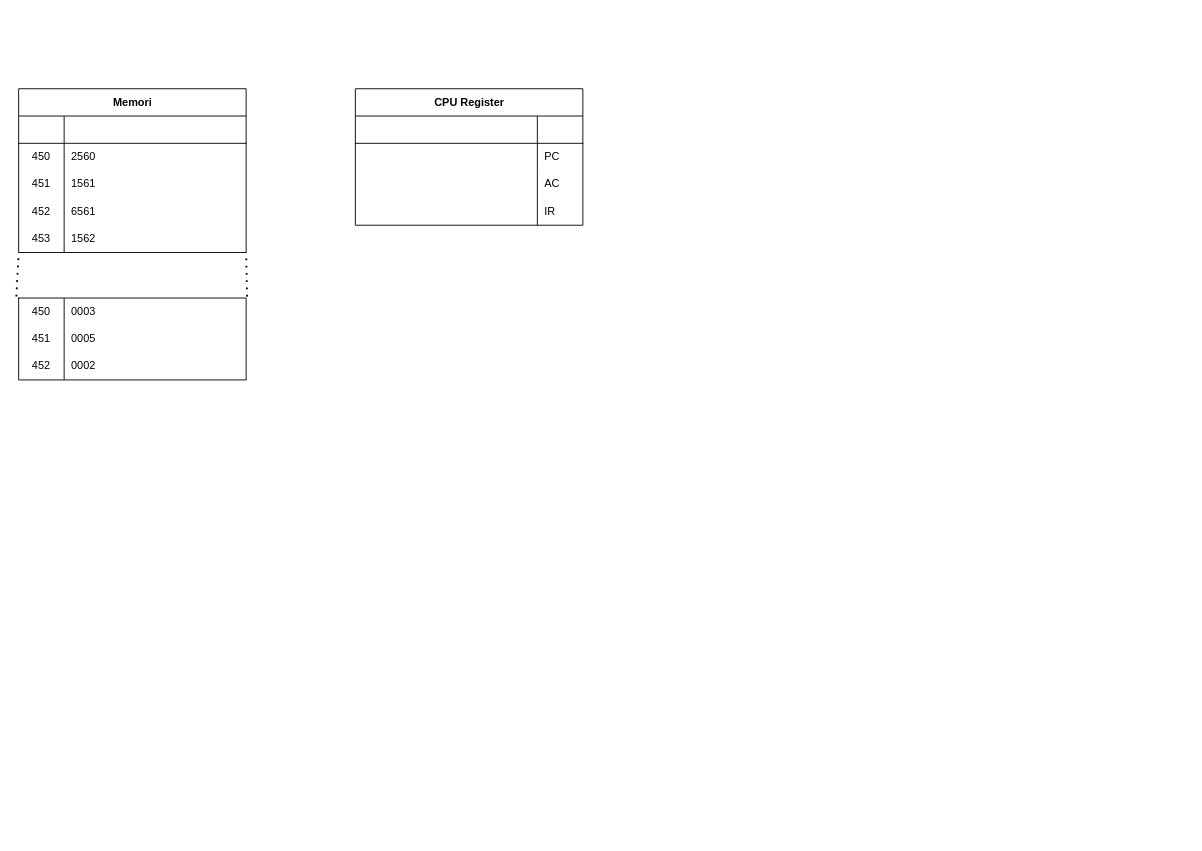
This is CPU.drawio from ImNotDanish05/Tester, a draw.io file, before an edit. Source tidied: cells renumbered, new cells numbered last; positions are measured from the earlier drawing's top-left corner, leaving out a move shared by most shapes. Both pictures are drawn from the tidied source at 91%, with x=0, y=0 at pixel (18, 88).
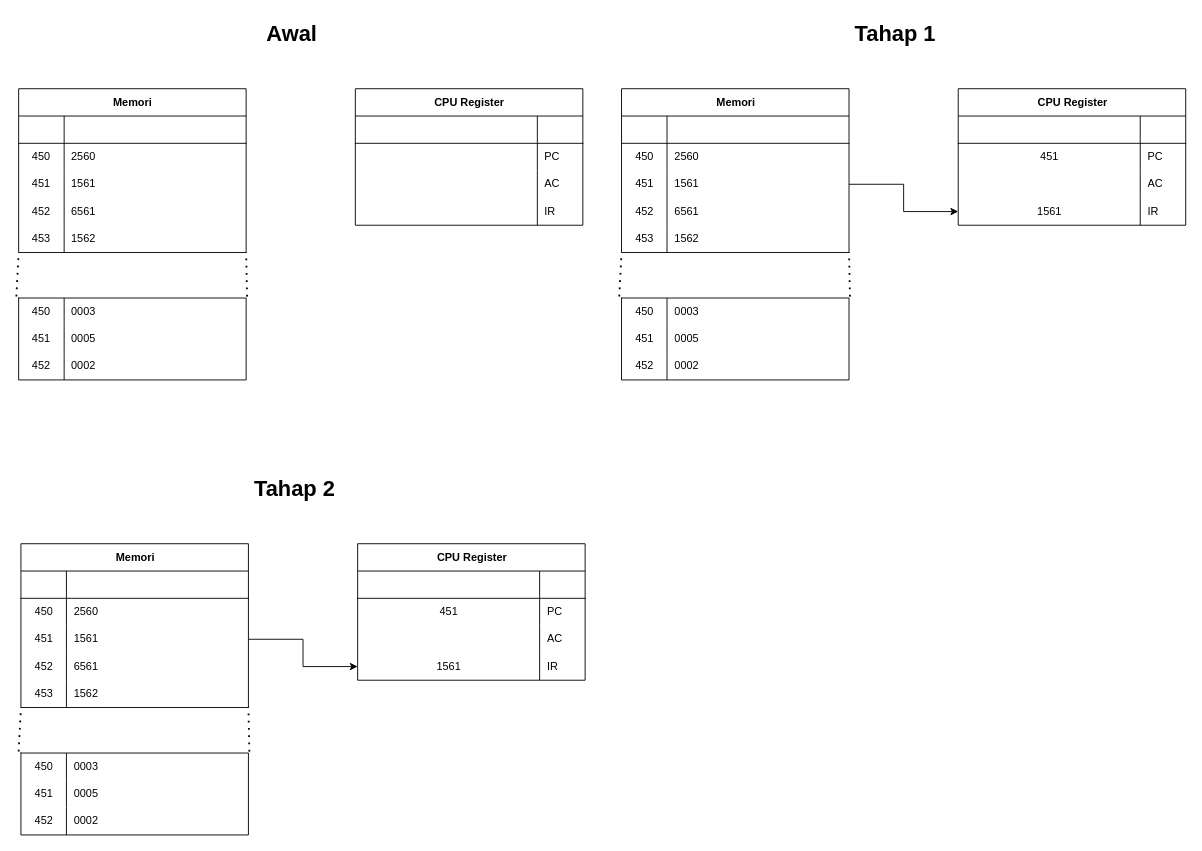
After the change.

The edit, as a diff of the source:
```diff
@@
+    <mxCell id="43" value="Awal" style="text;strokeColor=none;fillColor=none;html=1;fontSize=24;fontStyle=1;verticalAlign=middle;align=center;" parent="1" vertex="1">
+      <mxGeometry x="250" y="-80" width="100" height="40" as="geometry" />
+    </mxCell>
+    <mxCell id="44" value="Memori" style="shape=table;startSize=30;childLayout=tableLayout;rowLines=0;fontStyle=1;align=center;html=1;" parent="1" vertex="1">
+      <mxGeometry x="662.5" width="250" height="180" as="geometry" />
+    </mxCell>
+    <mxCell id="45" style="shape=tableRow;horizontal=0;startSize=0;swimlaneHead=0;swimlaneBody=0;fillColor=none;top=0;left=0;right=0;bottom=1;" parent="44" vertex="1">
+      <mxGeometry y="30" width="250" height="30" as="geometry" />
+    </mxCell>
+    <mxCell id="46" style="shape=partialRectangle;fillColor=none;top=0;left=0;bottom=0;right=0;fontStyle=1;overflow=hidden;whiteSpace=wrap;html=1;" parent="45" vertex="1">
+      <mxGeometry width="50" height="30" as="geometry" />
+    </mxCell>
+    <mxCell id="47" style="shape=partialRectangle;fillColor=none;top=0;left=0;bottom=0;right=0;align=left;spacingLeft=6;fontStyle=5;overflow=hidden;whiteSpace=wrap;html=1;" parent="45" vertex="1">
+      <mxGeometry x="50" width="200" height="30" as="geometry" />
+    </mxCell>
+    <mxCell id="48" style="shape=tableRow;horizontal=0;startSize=0;swimlaneHead=0;swimlaneBody=0;fillColor=none;top=0;left=0;right=0;bottom=0;" parent="44" vertex="1">
+      <mxGeometry y="60" width="250" height="30" as="geometry" />
+    </mxCell>
+    <mxCell id="49" value="450" style="shape=partialRectangle;fillColor=none;top=0;left=0;bottom=0;right=0;overflow=hidden;whiteSpace=wrap;html=1;" parent="48" vertex="1">
+      <mxGeometry width="50" height="30" as="geometry" />
+    </mxCell>
+    <mxCell id="50" value="2560" style="shape=partialRectangle;fillColor=none;top=0;left=0;bottom=0;right=0;align=left;spacingLeft=6;overflow=hidden;whiteSpace=wrap;html=1;" parent="48" vertex="1">
+      <mxGeometry x="50" width="200" height="30" as="geometry" />
+    </mxCell>
+    <mxCell id="51" style="shape=tableRow;horizontal=0;startSize=0;swimlaneHead=0;swimlaneBody=0;fillColor=none;points=[[0,0.5],[1,0.5]];portConstraint=eastwest;top=0;left=0;right=0;bottom=0;" parent="44" vertex="1">
+      <mxGeometry y="90" width="250" height="30" as="geometry" />
+    </mxCell>
+    <mxCell id="52" value="451" style="shape=partialRectangle;fillColor=none;top=0;left=0;bottom=0;right=0;overflow=hidden;whiteSpace=wrap;html=1;" parent="51" vertex="1">
+      <mxGeometry width="50" height="30" as="geometry" />
+    </mxCell>
+    <mxCell id="53" value="1561" style="shape=partialRectangle;fillColor=none;top=0;left=0;bottom=0;right=0;align=left;spacingLeft=6;overflow=hidden;whiteSpace=wrap;html=1;" parent="51" vertex="1">
+      <mxGeometry x="50" width="200" height="30" as="geometry" />
+    </mxCell>
+    <mxCell id="54" style="shape=tableRow;horizontal=0;startSize=0;swimlaneHead=0;swimlaneBody=0;fillColor=none;top=0;left=0;right=0;bottom=0;" parent="44" vertex="1">
+      <mxGeometry y="120" width="250" height="30" as="geometry" />
+    </mxCell>
+    <mxCell id="55" value="452" style="shape=partialRectangle;fillColor=none;top=0;left=0;bottom=0;right=0;overflow=hidden;whiteSpace=wrap;html=1;" parent="54" vertex="1">
+      <mxGeometry width="50" height="30" as="geometry" />
+    </mxCell>
+    <mxCell id="56" value="6561" style="shape=partialRectangle;fillColor=none;top=0;left=0;bottom=0;right=0;align=left;spacingLeft=6;overflow=hidden;whiteSpace=wrap;html=1;" parent="54" vertex="1">
+      <mxGeometry x="50" width="200" height="30" as="geometry" />
+    </mxCell>
+    <mxCell id="57" style="shape=tableRow;horizontal=0;startSize=0;swimlaneHead=0;swimlaneBody=0;fillColor=none;points=[[0,0.5],[1,0.5]];portConstraint=eastwest;top=0;left=0;right=0;bottom=0;" parent="44" vertex="1">
+      <mxGeometry y="150" width="250" height="30" as="geometry" />
+    </mxCell>
+    <mxCell id="58" value="453" style="shape=partialRectangle;fillColor=none;top=0;left=0;bottom=0;right=0;overflow=hidden;whiteSpace=wrap;html=1;" parent="57" vertex="1">
+      <mxGeometry width="50" height="30" as="geometry" />
+    </mxCell>
+    <mxCell id="59" value="1562" style="shape=partialRectangle;fillColor=none;top=0;left=0;bottom=0;right=0;align=left;spacingLeft=6;overflow=hidden;whiteSpace=wrap;html=1;" parent="57" vertex="1">
+      <mxGeometry x="50" width="200" height="30" as="geometry" />
+    </mxCell>
+    <mxCell id="60" value="CPU Register" style="shape=table;startSize=30;childLayout=tableLayout;rowLines=0;fontStyle=1;align=center;html=1;" parent="1" vertex="1">
+      <mxGeometry x="1032.5" width="250" height="150" as="geometry" />
+    </mxCell>
+    <mxCell id="61" style="shape=tableRow;horizontal=0;startSize=0;swimlaneHead=0;swimlaneBody=0;fillColor=none;top=0;left=0;right=0;bottom=1;" parent="60" vertex="1">
+      <mxGeometry y="30" width="250" height="30" as="geometry" />
+    </mxCell>
+    <mxCell id="62" style="shape=partialRectangle;fillColor=none;top=0;left=0;bottom=0;right=0;fontStyle=1;overflow=hidden;whiteSpace=wrap;html=1;" parent="61" vertex="1">
+      <mxGeometry width="200" height="30" as="geometry" />
+    </mxCell>
+    <mxCell id="63" style="shape=partialRectangle;fillColor=none;top=0;left=0;bottom=0;right=0;align=left;spacingLeft=6;fontStyle=5;overflow=hidden;whiteSpace=wrap;html=1;" parent="61" vertex="1">
+      <mxGeometry x="200" width="50" height="30" as="geometry" />
+    </mxCell>
+    <mxCell id="64" style="shape=tableRow;horizontal=0;startSize=0;swimlaneHead=0;swimlaneBody=0;fillColor=none;top=0;left=0;right=0;bottom=0;" parent="60" vertex="1">
+      <mxGeometry y="60" width="250" height="30" as="geometry" />
+    </mxCell>
+    <mxCell id="65" value="451" style="shape=partialRectangle;fillColor=none;top=0;left=0;bottom=0;right=0;overflow=hidden;whiteSpace=wrap;html=1;" parent="64" vertex="1">
+      <mxGeometry width="200" height="30" as="geometry" />
+    </mxCell>
+    <mxCell id="66" value="PC" style="shape=partialRectangle;fillColor=none;top=0;left=0;bottom=0;right=0;align=left;spacingLeft=6;overflow=hidden;whiteSpace=wrap;html=1;" parent="64" vertex="1">
+      <mxGeometry x="200" width="50" height="30" as="geometry" />
+    </mxCell>
+    <mxCell id="67" style="shape=tableRow;horizontal=0;startSize=0;swimlaneHead=0;swimlaneBody=0;fillColor=none;top=0;left=0;right=0;bottom=0;" parent="60" vertex="1">
+      <mxGeometry y="90" width="250" height="30" as="geometry" />
+    </mxCell>
+    <mxCell id="68" style="shape=partialRectangle;fillColor=none;top=0;left=0;bottom=0;right=0;overflow=hidden;whiteSpace=wrap;html=1;" parent="67" vertex="1">
+      <mxGeometry width="200" height="30" as="geometry" />
+    </mxCell>
+    <mxCell id="69" value="AC" style="shape=partialRectangle;fillColor=none;top=0;left=0;bottom=0;right=0;align=left;spacingLeft=6;overflow=hidden;whiteSpace=wrap;html=1;" parent="67" vertex="1">
+      <mxGeometry x="200" width="50" height="30" as="geometry" />
+    </mxCell>
+    <mxCell id="70" style="shape=tableRow;horizontal=0;startSize=0;swimlaneHead=0;swimlaneBody=0;fillColor=none;points=[[0,0.5],[1,0.5]];portConstraint=eastwest;top=0;left=0;right=0;bottom=0;" parent="60" vertex="1">
+      <mxGeometry y="120" width="250" height="30" as="geometry" />
+    </mxCell>
+    <mxCell id="71" value="1561" style="shape=partialRectangle;fillColor=none;top=0;left=0;bottom=0;right=0;overflow=hidden;whiteSpace=wrap;html=1;" parent="70" vertex="1">
+      <mxGeometry width="200" height="30" as="geometry" />
+    </mxCell>
+    <mxCell id="72" value="IR" style="shape=partialRectangle;fillColor=none;top=0;left=0;bottom=0;right=0;align=left;spacingLeft=6;overflow=hidden;whiteSpace=wrap;html=1;" parent="70" vertex="1">
+      <mxGeometry x="200" width="50" height="30" as="geometry" />
+    </mxCell>
+    <mxCell id="73" style="shape=table;startSize=0;childLayout=tableLayout;rowLines=0;fontStyle=1;align=center;html=1;" parent="1" vertex="1">
+      <mxGeometry x="662.5" y="230" width="250" height="90" as="geometry" />
+    </mxCell>
+    <mxCell id="74" style="shape=tableRow;horizontal=0;startSize=0;swimlaneHead=0;swimlaneBody=0;fillColor=none;points=[[0,0.5],[1,0.5]];portConstraint=eastwest;top=0;left=0;right=0;bottom=0;" parent="73" vertex="1">
+      <mxGeometry width="250" height="30" as="geometry" />
+    </mxCell>
+    <mxCell id="75" value="450" style="shape=partialRectangle;fillColor=none;top=0;left=0;bottom=0;right=0;overflow=hidden;whiteSpace=wrap;html=1;" parent="74" vertex="1">
+      <mxGeometry width="50" height="30" as="geometry" />
+    </mxCell>
+    <mxCell id="76" value="0003" style="shape=partialRectangle;fillColor=none;top=0;left=0;bottom=0;right=0;align=left;spacingLeft=6;overflow=hidden;whiteSpace=wrap;html=1;" parent="74" vertex="1">
+      <mxGeometry x="50" width="200" height="30" as="geometry" />
+    </mxCell>
+    <mxCell id="77" style="shape=tableRow;horizontal=0;startSize=0;swimlaneHead=0;swimlaneBody=0;fillColor=none;top=0;left=0;right=0;bottom=0;" parent="73" vertex="1">
+      <mxGeometry y="30" width="250" height="30" as="geometry" />
+    </mxCell>
+    <mxCell id="78" value="451" style="shape=partialRectangle;fillColor=none;top=0;left=0;bottom=0;right=0;overflow=hidden;whiteSpace=wrap;html=1;" parent="77" vertex="1">
+      <mxGeometry width="50" height="30" as="geometry" />
+    </mxCell>
+    <mxCell id="79" value="0005" style="shape=partialRectangle;fillColor=none;top=0;left=0;bottom=0;right=0;align=left;spacingLeft=6;overflow=hidden;whiteSpace=wrap;html=1;" parent="77" vertex="1">
+      <mxGeometry x="50" width="200" height="30" as="geometry" />
+    </mxCell>
+    <mxCell id="80" style="shape=tableRow;horizontal=0;startSize=0;swimlaneHead=0;swimlaneBody=0;fillColor=none;top=0;left=0;right=0;bottom=0;" parent="73" vertex="1">
+      <mxGeometry y="60" width="250" height="30" as="geometry" />
+    </mxCell>
+    <mxCell id="81" value="452" style="shape=partialRectangle;fillColor=none;top=0;left=0;bottom=0;right=0;overflow=hidden;whiteSpace=wrap;html=1;" parent="80" vertex="1">
+      <mxGeometry width="50" height="30" as="geometry" />
+    </mxCell>
+    <mxCell id="82" value="0002" style="shape=partialRectangle;fillColor=none;top=0;left=0;bottom=0;right=0;align=left;spacingLeft=6;overflow=hidden;whiteSpace=wrap;html=1;" parent="80" vertex="1">
+      <mxGeometry x="50" width="200" height="30" as="geometry" />
+    </mxCell>
+    <mxCell id="83" style="endArrow=none;dashed=1;html=1;dashPattern=1 3;strokeWidth=2;rounded=0;exitX=1.004;exitY=-0.051;exitDx=0;exitDy=0;exitPerimeter=0;" parent="1" edge="1" source="74">
+      <mxGeometry relative="1" as="geometry">
+        <mxPoint x="912.5" y="180" as="targetPoint" />
+      </mxGeometry>
+    </mxCell>
+    <mxCell id="84" style="endArrow=none;dashed=1;html=1;dashPattern=1 3;strokeWidth=2;rounded=0;entryX=0;entryY=1;entryDx=0;entryDy=0;entryPerimeter=0;exitX=-0.01;exitY=-0.057;exitDx=0;exitDy=0;exitPerimeter=0;" parent="1" edge="1" source="74" target="57">
+      <mxGeometry relative="1" as="geometry" />
+    </mxCell>
+    <mxCell id="85" value="Tahap 1" style="text;strokeColor=none;fillColor=none;html=1;fontSize=24;fontStyle=1;verticalAlign=middle;align=center;" parent="1" vertex="1">
+      <mxGeometry x="912.5" y="-80" width="100" height="40" as="geometry" />
+    </mxCell>
+    <mxCell id="86" style="edgeStyle=orthogonalEdgeStyle;rounded=0;jettySize=auto;html=1;entryX=0;entryY=0.5;entryDx=0;entryDy=0;" parent="1" edge="1" source="51" target="70">
+      <mxGeometry relative="1" as="geometry" />
+    </mxCell>
+    <mxCell id="87" value="Memori" style="shape=table;startSize=30;childLayout=tableLayout;rowLines=0;fontStyle=1;align=center;html=1;" parent="1" vertex="1">
+      <mxGeometry x="2.5" y="500" width="250" height="180" as="geometry" />
+    </mxCell>
+    <mxCell id="88" style="shape=tableRow;horizontal=0;startSize=0;swimlaneHead=0;swimlaneBody=0;fillColor=none;top=0;left=0;right=0;bottom=1;" parent="87" vertex="1">
+      <mxGeometry y="30" width="250" height="30" as="geometry" />
+    </mxCell>
+    <mxCell id="89" style="shape=partialRectangle;fillColor=none;top=0;left=0;bottom=0;right=0;fontStyle=1;overflow=hidden;whiteSpace=wrap;html=1;" parent="88" vertex="1">
+      <mxGeometry width="50" height="30" as="geometry" />
+    </mxCell>
+    <mxCell id="90" style="shape=partialRectangle;fillColor=none;top=0;left=0;bottom=0;right=0;align=left;spacingLeft=6;fontStyle=5;overflow=hidden;whiteSpace=wrap;html=1;" parent="88" vertex="1">
+      <mxGeometry x="50" width="200" height="30" as="geometry" />
+    </mxCell>
+    <mxCell id="91" style="shape=tableRow;horizontal=0;startSize=0;swimlaneHead=0;swimlaneBody=0;fillColor=none;top=0;left=0;right=0;bottom=0;" parent="87" vertex="1">
+      <mxGeometry y="60" width="250" height="30" as="geometry" />
+    </mxCell>
+    <mxCell id="92" value="450" style="shape=partialRectangle;fillColor=none;top=0;left=0;bottom=0;right=0;overflow=hidden;whiteSpace=wrap;html=1;" parent="91" vertex="1">
+      <mxGeometry width="50" height="30" as="geometry" />
+    </mxCell>
+    <mxCell id="93" value="2560" style="shape=partialRectangle;fillColor=none;top=0;left=0;bottom=0;right=0;align=left;spacingLeft=6;overflow=hidden;whiteSpace=wrap;html=1;" parent="91" vertex="1">
+      <mxGeometry x="50" width="200" height="30" as="geometry" />
+    </mxCell>
+    <mxCell id="94" style="shape=tableRow;horizontal=0;startSize=0;swimlaneHead=0;swimlaneBody=0;fillColor=none;points=[[0,0.5],[1,0.5]];portConstraint=eastwest;top=0;left=0;right=0;bottom=0;" parent="87" vertex="1">
+      <mxGeometry y="90" width="250" height="30" as="geometry" />
+    </mxCell>
+    <mxCell id="95" value="451" style="shape=partialRectangle;fillColor=none;top=0;left=0;bottom=0;right=0;overflow=hidden;whiteSpace=wrap;html=1;" parent="94" vertex="1">
+      <mxGeometry width="50" height="30" as="geometry" />
+    </mxCell>
+    <mxCell id="96" value="1561" style="shape=partialRectangle;fillColor=none;top=0;left=0;bottom=0;right=0;align=left;spacingLeft=6;overflow=hidden;whiteSpace=wrap;html=1;" parent="94" vertex="1">
+      <mxGeometry x="50" width="200" height="30" as="geometry" />
+    </mxCell>
+    <mxCell id="97" style="shape=tableRow;horizontal=0;startSize=0;swimlaneHead=0;swimlaneBody=0;fillColor=none;top=0;left=0;right=0;bottom=0;" parent="87" vertex="1">
+      <mxGeometry y="120" width="250" height="30" as="geometry" />
+    </mxCell>
+    <mxCell id="98" value="452" style="shape=partialRectangle;fillColor=none;top=0;left=0;bottom=0;right=0;overflow=hidden;whiteSpace=wrap;html=1;" parent="97" vertex="1">
+      <mxGeometry width="50" height="30" as="geometry" />
+    </mxCell>
+    <mxCell id="99" value="6561" style="shape=partialRectangle;fillColor=none;top=0;left=0;bottom=0;right=0;align=left;spacingLeft=6;overflow=hidden;whiteSpace=wrap;html=1;" parent="97" vertex="1">
+      <mxGeometry x="50" width="200" height="30" as="geometry" />
+    </mxCell>
+    <mxCell id="100" style="shape=tableRow;horizontal=0;startSize=0;swimlaneHead=0;swimlaneBody=0;fillColor=none;points=[[0,0.5],[1,0.5]];portConstraint=eastwest;top=0;left=0;right=0;bottom=0;" parent="87" vertex="1">
+      <mxGeometry y="150" width="250" height="30" as="geometry" />
+    </mxCell>
+    <mxCell id="101" value="453" style="shape=partialRectangle;fillColor=none;top=0;left=0;bottom=0;right=0;overflow=hidden;whiteSpace=wrap;html=1;" parent="100" vertex="1">
+      <mxGeometry width="50" height="30" as="geometry" />
+    </mxCell>
+    <mxCell id="102" value="1562" style="shape=partialRectangle;fillColor=none;top=0;left=0;bottom=0;right=0;align=left;spacingLeft=6;overflow=hidden;whiteSpace=wrap;html=1;" parent="100" vertex="1">
+      <mxGeometry x="50" width="200" height="30" as="geometry" />
+    </mxCell>
+    <mxCell id="103" value="CPU Register" style="shape=table;startSize=30;childLayout=tableLayout;rowLines=0;fontStyle=1;align=center;html=1;" parent="1" vertex="1">
+      <mxGeometry x="372.5" y="500" width="250" height="150" as="geometry" />
+    </mxCell>
+    <mxCell id="104" style="shape=tableRow;horizontal=0;startSize=0;swimlaneHead=0;swimlaneBody=0;fillColor=none;top=0;left=0;right=0;bottom=1;" parent="103" vertex="1">
+      <mxGeometry y="30" width="250" height="30" as="geometry" />
+    </mxCell>
+    <mxCell id="105" style="shape=partialRectangle;fillColor=none;top=0;left=0;bottom=0;right=0;fontStyle=1;overflow=hidden;whiteSpace=wrap;html=1;" parent="104" vertex="1">
+      <mxGeometry width="200" height="30" as="geometry" />
+    </mxCell>
+    <mxCell id="106" style="shape=partialRectangle;fillColor=none;top=0;left=0;bottom=0;right=0;align=left;spacingLeft=6;fontStyle=5;overflow=hidden;whiteSpace=wrap;html=1;" parent="104" vertex="1">
+      <mxGeometry x="200" width="50" height="30" as="geometry" />
+    </mxCell>
+    <mxCell id="107" style="shape=tableRow;horizontal=0;startSize=0;swimlaneHead=0;swimlaneBody=0;fillColor=none;top=0;left=0;right=0;bottom=0;" parent="103" vertex="1">
+      <mxGeometry y="60" width="250" height="30" as="geometry" />
+    </mxCell>
+    <mxCell id="108" value="451" style="shape=partialRectangle;fillColor=none;top=0;left=0;bottom=0;right=0;overflow=hidden;whiteSpace=wrap;html=1;" parent="107" vertex="1">
+      <mxGeometry width="200" height="30" as="geometry" />
+    </mxCell>
+    <mxCell id="109" value="PC" style="shape=partialRectangle;fillColor=none;top=0;left=0;bottom=0;right=0;align=left;spacingLeft=6;overflow=hidden;whiteSpace=wrap;html=1;" parent="107" vertex="1">
+      <mxGeometry x="200" width="50" height="30" as="geometry" />
+    </mxCell>
+    <mxCell id="110" style="shape=tableRow;horizontal=0;startSize=0;swimlaneHead=0;swimlaneBody=0;fillColor=none;top=0;left=0;right=0;bottom=0;" parent="103" vertex="1">
+      <mxGeometry y="90" width="250" height="30" as="geometry" />
+    </mxCell>
+    <mxCell id="111" style="shape=partialRectangle;fillColor=none;top=0;left=0;bottom=0;right=0;overflow=hidden;whiteSpace=wrap;html=1;" parent="110" vertex="1">
+      <mxGeometry width="200" height="30" as="geometry" />
+    </mxCell>
+    <mxCell id="112" value="AC" style="shape=partialRectangle;fillColor=none;top=0;left=0;bottom=0;right=0;align=left;spacingLeft=6;overflow=hidden;whiteSpace=wrap;html=1;" parent="110" vertex="1">
+      <mxGeometry x="200" width="50" height="30" as="geometry" />
+    </mxCell>
+    <mxCell id="113" style="shape=tableRow;horizontal=0;startSize=0;swimlaneHead=0;swimlaneBody=0;fillColor=none;points=[[0,0.5],[1,0.5]];portConstraint=eastwest;top=0;left=0;right=0;bottom=0;" parent="103" vertex="1">
+      <mxGeometry y="120" width="250" height="30" as="geometry" />
+    </mxCell>
+    <mxCell id="114" value="1561" style="shape=partialRectangle;fillColor=none;top=0;left=0;bottom=0;right=0;overflow=hidden;whiteSpace=wrap;html=1;" parent="113" vertex="1">
+      <mxGeometry width="200" height="30" as="geometry" />
+    </mxCell>
+    <mxCell id="115" value="IR" style="shape=partialRectangle;fillColor=none;top=0;left=0;bottom=0;right=0;align=left;spacingLeft=6;overflow=hidden;whiteSpace=wrap;html=1;" parent="113" vertex="1">
+      <mxGeometry x="200" width="50" height="30" as="geometry" />
+    </mxCell>
+    <mxCell id="116" style="shape=table;startSize=0;childLayout=tableLayout;rowLines=0;fontStyle=1;align=center;html=1;" parent="1" vertex="1">
+      <mxGeometry x="2.5" y="730" width="250" height="90" as="geometry" />
+    </mxCell>
+    <mxCell id="117" style="shape=tableRow;horizontal=0;startSize=0;swimlaneHead=0;swimlaneBody=0;fillColor=none;points=[[0,0.5],[1,0.5]];portConstraint=eastwest;top=0;left=0;right=0;bottom=0;" parent="116" vertex="1">
+      <mxGeometry width="250" height="30" as="geometry" />
+    </mxCell>
+    <mxCell id="118" value="450" style="shape=partialRectangle;fillColor=none;top=0;left=0;bottom=0;right=0;overflow=hidden;whiteSpace=wrap;html=1;" parent="117" vertex="1">
+      <mxGeometry width="50" height="30" as="geometry" />
+    </mxCell>
+    <mxCell id="119" value="0003" style="shape=partialRectangle;fillColor=none;top=0;left=0;bottom=0;right=0;align=left;spacingLeft=6;overflow=hidden;whiteSpace=wrap;html=1;" parent="117" vertex="1">
+      <mxGeometry x="50" width="200" height="30" as="geometry" />
+    </mxCell>
+    <mxCell id="120" style="shape=tableRow;horizontal=0;startSize=0;swimlaneHead=0;swimlaneBody=0;fillColor=none;top=0;left=0;right=0;bottom=0;" parent="116" vertex="1">
+      <mxGeometry y="30" width="250" height="30" as="geometry" />
+    </mxCell>
+    <mxCell id="121" value="451" style="shape=partialRectangle;fillColor=none;top=0;left=0;bottom=0;right=0;overflow=hidden;whiteSpace=wrap;html=1;" parent="120" vertex="1">
+      <mxGeometry width="50" height="30" as="geometry" />
+    </mxCell>
+    <mxCell id="122" value="0005" style="shape=partialRectangle;fillColor=none;top=0;left=0;bottom=0;right=0;align=left;spacingLeft=6;overflow=hidden;whiteSpace=wrap;html=1;" parent="120" vertex="1">
+      <mxGeometry x="50" width="200" height="30" as="geometry" />
+    </mxCell>
+    <mxCell id="123" style="shape=tableRow;horizontal=0;startSize=0;swimlaneHead=0;swimlaneBody=0;fillColor=none;top=0;left=0;right=0;bottom=0;" parent="116" vertex="1">
+      <mxGeometry y="60" width="250" height="30" as="geometry" />
+    </mxCell>
+    <mxCell id="124" value="452" style="shape=partialRectangle;fillColor=none;top=0;left=0;bottom=0;right=0;overflow=hidden;whiteSpace=wrap;html=1;" parent="123" vertex="1">
+      <mxGeometry width="50" height="30" as="geometry" />
+    </mxCell>
+    <mxCell id="125" value="0002" style="shape=partialRectangle;fillColor=none;top=0;left=0;bottom=0;right=0;align=left;spacingLeft=6;overflow=hidden;whiteSpace=wrap;html=1;" parent="123" vertex="1">
+      <mxGeometry x="50" width="200" height="30" as="geometry" />
+    </mxCell>
+    <mxCell id="126" style="endArrow=none;dashed=1;html=1;dashPattern=1 3;strokeWidth=2;rounded=0;exitX=1.004;exitY=-0.051;exitDx=0;exitDy=0;exitPerimeter=0;" parent="1" edge="1" source="117">
+      <mxGeometry relative="1" as="geometry">
+        <mxPoint x="252.5" y="680" as="targetPoint" />
+      </mxGeometry>
+    </mxCell>
+    <mxCell id="127" style="endArrow=none;dashed=1;html=1;dashPattern=1 3;strokeWidth=2;rounded=0;entryX=0;entryY=1;entryDx=0;entryDy=0;entryPerimeter=0;exitX=-0.01;exitY=-0.057;exitDx=0;exitDy=0;exitPerimeter=0;" parent="1" edge="1" source="117" target="100">
+      <mxGeometry relative="1" as="geometry" />
+    </mxCell>
+    <mxCell id="128" value="Tahap 2" style="text;strokeColor=none;fillColor=none;html=1;fontSize=24;fontStyle=1;verticalAlign=middle;align=center;" parent="1" vertex="1">
+      <mxGeometry x="252.5" y="420" width="100" height="40" as="geometry" />
+    </mxCell>
+    <mxCell id="129" style="edgeStyle=orthogonalEdgeStyle;rounded=0;jettySize=auto;html=1;entryX=0;entryY=0.5;entryDx=0;entryDy=0;" parent="1" edge="1" source="94" target="113">
+      <mxGeometry relative="1" as="geometry" />
+    </mxCell>
```
